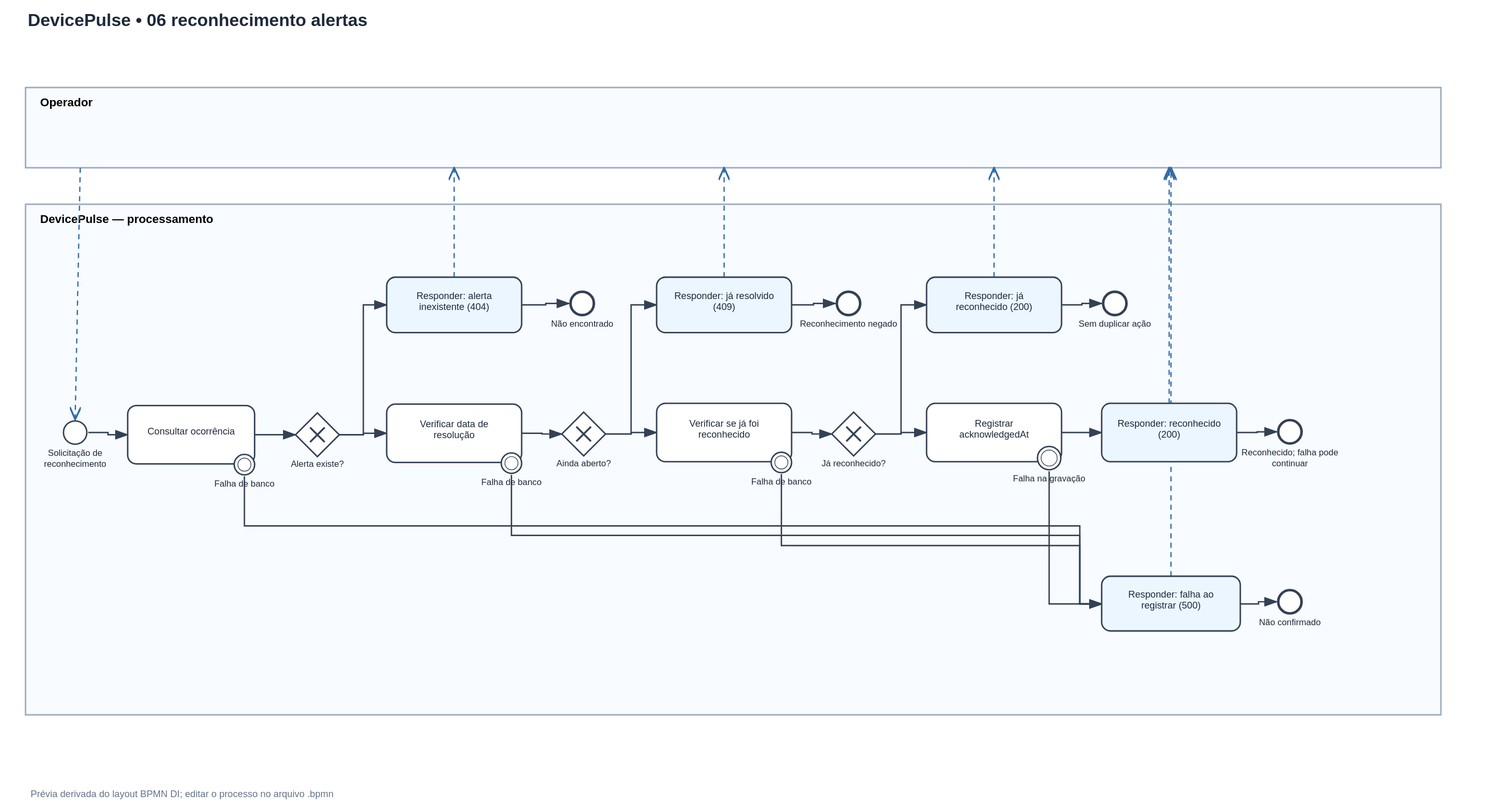
Earlier version of the BPMN export docs/bpmn/06-reconhecimento-alertas.svg (agiovannamendes/devicepulse). Its source is kept beside it as docs/bpmn/06-reconhecimento-alertas.bpmn. Ids are renumbered.
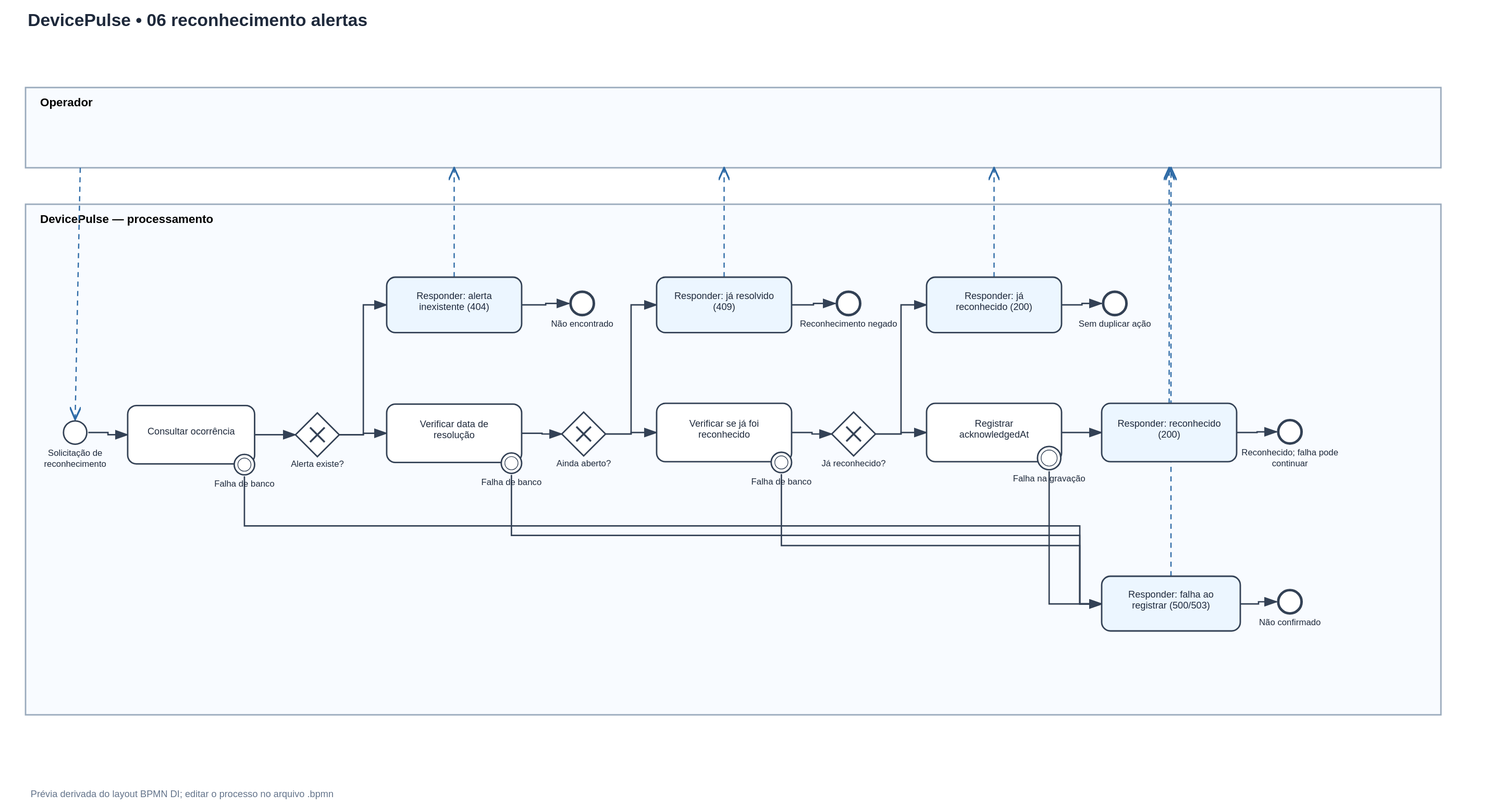
The same file after the commit.

The edit, as a diff of the source:
```diff
@@ -20,7 +20,7 @@
     <bpmn:boundaryEvent id="Boundary_ErroAck" name="Falha na gravação" attachedToRef="Task_GravarAck" cancelActivity="true"><bpmn:outgoing>Flow_BoundaryErroAck_TaskRespFalha</bpmn:outgoing><bpmn:errorEventDefinition id="ErrorDef_Boundary_ErroAck" errorRef="Error_reconhecimento-alertas"/></bpmn:boundaryEvent>
     <bpmn:sendTask id="Task_RespSucesso" name="Responder: reconhecido (200)"><bpmn:incoming>Flow_TaskGravarAck_TaskRespSucesso</bpmn:incoming><bpmn:outgoing>Flow_TaskRespSucesso_EndSucesso</bpmn:outgoing></bpmn:sendTask>
     <bpmn:endEvent id="End_Sucesso" name="Reconhecido; falha pode continuar"><bpmn:incoming>Flow_TaskRespSucesso_EndSucesso</bpmn:incoming></bpmn:endEvent>
-    <bpmn:sendTask id="Task_RespFalha" name="Responder: falha ao registrar (500)"><bpmn:incoming>Flow_DP007_DB_Task_VerificarReconhecido</bpmn:incoming><bpmn:incoming>Flow_DP007_DB_Task_ChecarAberto</bpmn:incoming><bpmn:incoming>Flow_DP007_DB_Task_BuscarAlerta</bpmn:incoming><bpmn:incoming>Flow_BoundaryErroAck_TaskRespFalha</bpmn:incoming><bpmn:outgoing>Flow_TaskRespFalha_EndFalha</bpmn:outgoing></bpmn:sendTask>
+    <bpmn:sendTask id="Task_RespFalha" name="Responder: falha ao registrar (500/503)"><bpmn:incoming>Flow_DP007_DB_Task_VerificarReconhecido</bpmn:incoming><bpmn:incoming>Flow_DP007_DB_Task_ChecarAberto</bpmn:incoming><bpmn:incoming>Flow_DP007_DB_Task_BuscarAlerta</bpmn:incoming><bpmn:incoming>Flow_BoundaryErroAck_TaskRespFalha</bpmn:incoming><bpmn:outgoing>Flow_TaskRespFalha_EndFalha</bpmn:outgoing></bpmn:sendTask>
     <bpmn:endEvent id="End_Falha" name="Não confirmado"><bpmn:incoming>Flow_TaskRespFalha_EndFalha</bpmn:incoming></bpmn:endEvent>
     <bpmn:sequenceFlow id="Flow_StartRecognize_TaskBuscarAlerta" sourceRef="Start_Recognize" targetRef="Task_BuscarAlerta"/>
     <bpmn:sequenceFlow id="Flow_TaskBuscarAlerta_GatewayEncontrou" sourceRef="Task_BuscarAlerta" targetRef="Gateway_Encontrou"/>
```
